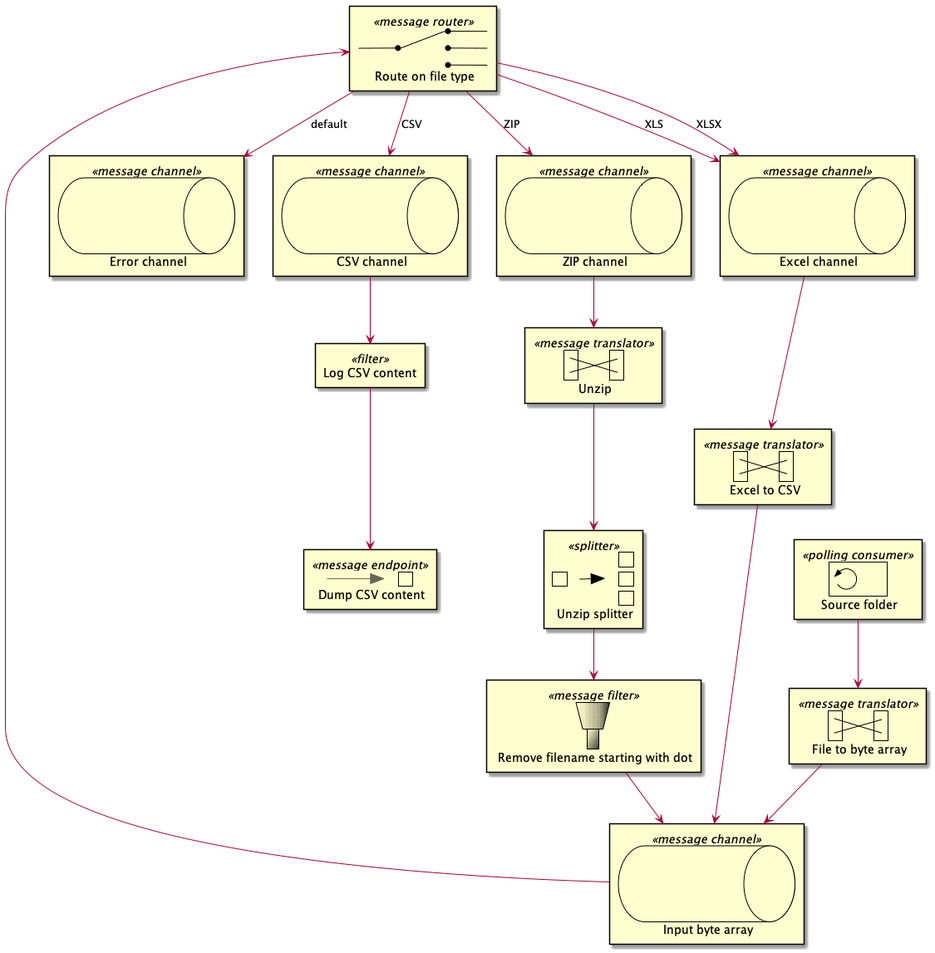
This is uml/idea.png from astik/experiment-apache-camel, a PlantUML export, as it was before one commit.
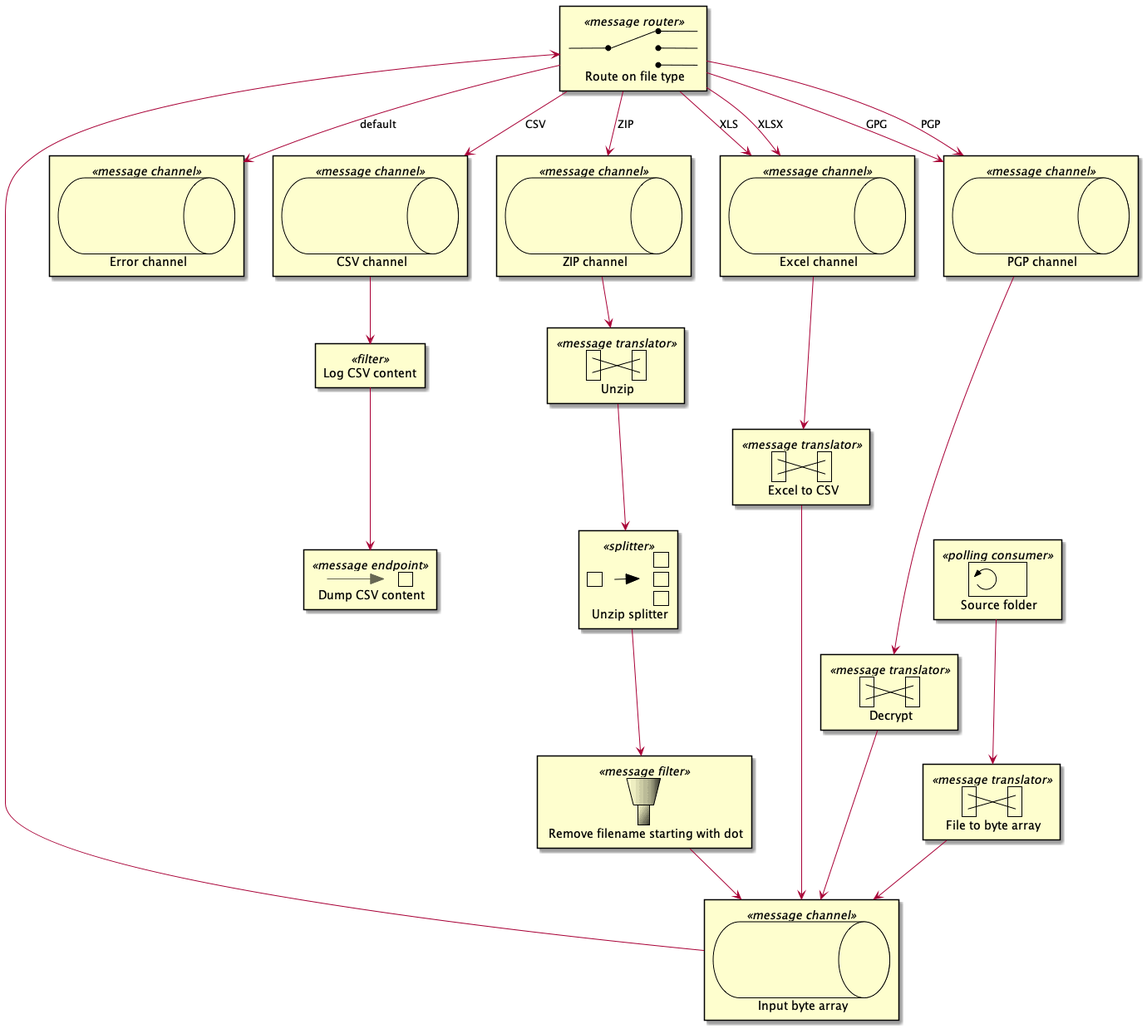
Above is the later version.

The edit, as a diff of the source:
```diff
@@ -17,10 +17,13 @@
 MsgChannel(csvChannel, "CSV channel")
 MsgChannel(zipChannel, "ZIP channel")
 MsgChannel(excelChannel, "Excel channel")
+MsgChannel(pgpChannel, "PGP channel")
 Send(fileExtensionRouter, csvChannel): "CSV"
 Send(fileExtensionRouter, zipChannel): "ZIP"
 Send(fileExtensionRouter, excelChannel): "XLS"
 Send(fileExtensionRouter, excelChannel): "XLSX"
+Send(fileExtensionRouter, pgpChannel): "GPG"
+Send(fileExtensionRouter, pgpChannel): "PGP"
 Send(fileExtensionRouter, errorChannel): "default"
 
 Filter(logFIlter, "Log CSV content")
@@ -40,4 +43,8 @@
 Send(excelChannel, excelToCsvTransformer)
 Send(excelToCsvTransformer, inputByteArrayChannel)
 
+MessageTranslator(decryptTransformer, "Decrypt")
+Send(pgpChannel, decryptTransformer)
+Send(decryptTransformer, inputByteArrayChannel)
+
 @enduml
```
